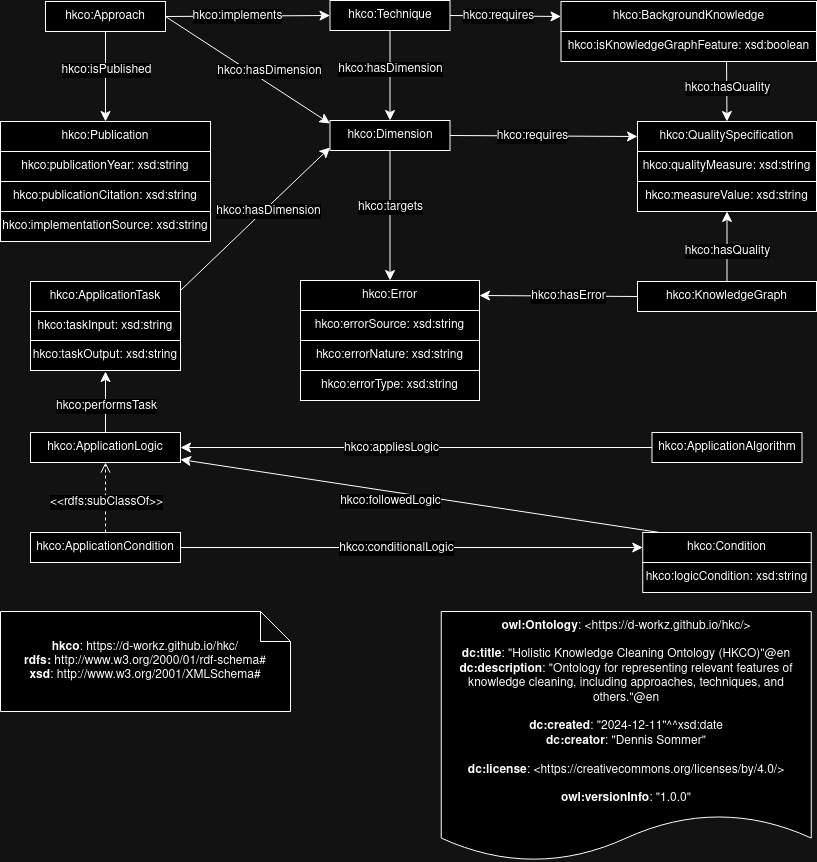
Earlier version of the draw.io export resources/HKCO_visualization.png (D-Workz/akco). Source tidied: cells renumbered, new cells last; positions are measured from the earlier drawing's top-left corner, leaving out a move shared by most shapes.
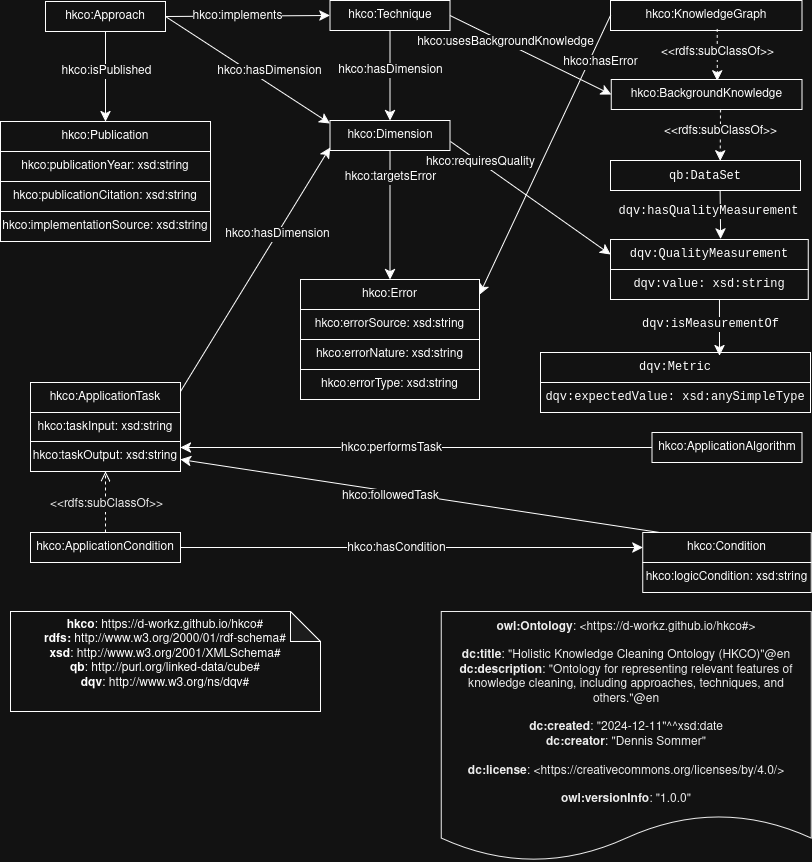
After the change.

Diff of the diagram source:
```diff
@@ -5,12 +5,12 @@
     <mxCell id="2" value="hkco:errorSource: xsd:string" style="rounded=0;whiteSpace=wrap;html=1;" parent="1" vertex="1">
-      <mxGeometry x="300" y="310" width="179" height="30" as="geometry" />
+      <mxGeometry x="300" y="309" width="179" height="30" as="geometry" />
     </mxCell>
     <mxCell id="3" value="hkco:Error" style="rounded=0;whiteSpace=wrap;html=1;snapToPoint=1;points=[[0.1,0],[0.2,0],[0.3,0],[0.4,0],[0.5,0],[0.6,0],[0.7,0],[0.8,0],[0.9,0],[0,0.1],[0,0.3],[0,0.5],[0,0.7],[0,0.9],[0.1,1],[0.2,1],[0.3,1],[0.4,1],[0.5,1],[0.6,1],[0.7,1],[0.8,1],[0.9,1],[1,0.1],[1,0.3],[1,0.5],[1,0.7],[1,0.9]];" parent="1" vertex="1">
-      <mxGeometry x="300" y="280" width="179" height="30" as="geometry" />
+      <mxGeometry x="300" y="279" width="179" height="30" as="geometry" />
     </mxCell>
     <mxCell id="4" value="hkco:errorNature: xsd:string" style="rounded=0;whiteSpace=wrap;html=1;" parent="1" vertex="1">
-      <mxGeometry x="300" y="340" width="179" height="30" as="geometry" />
+      <mxGeometry x="300" y="339" width="179" height="30" as="geometry" />
     </mxCell>
     <mxCell id="5" value="hkco:errorType: xsd:string" style="rounded=0;whiteSpace=wrap;html=1;" parent="1" vertex="1">
-      <mxGeometry x="300" y="370" width="179" height="30" as="geometry" />
+      <mxGeometry x="300" y="369" width="179" height="30" as="geometry" />
     </mxCell>
@@ -43,4 +43,6 @@
     </mxCell>
-    <mxCell id="15" value="&lt;div&gt;hkco:targets&lt;br&gt;&lt;/div&gt;" style="text;html=1;align=center;verticalAlign=middle;labelBackgroundColor=#ffffff;" parent="14" vertex="1">
-      <mxGeometry x="-0.13" relative="1" as="geometry" />
+    <mxCell id="15" value="&lt;div&gt;hkco:targetsError&lt;br&gt;&lt;/div&gt;" style="text;html=1;align=center;verticalAlign=middle;labelBackgroundColor=#ffffff;" parent="14" vertex="1">
+      <mxGeometry x="-0.13" relative="1" as="geometry">
+        <mxPoint y="-30" as="offset" />
+      </mxGeometry>
     </mxCell>
@@ -70,3 +72,3 @@
     <mxCell id="23" value="hkco:KnowledgeGraph" style="rounded=0;whiteSpace=wrap;html=1;snapToPoint=1;points=[[0.1,0],[0.2,0],[0.3,0],[0.4,0],[0.5,0],[0.6,0],[0.7,0],[0.8,0],[0.9,0],[0,0.1],[0,0.3],[0,0.5],[0,0.7],[0,0.9],[0.1,1],[0.2,1],[0.3,1],[0.4,1],[0.5,1],[0.6,1],[0.7,1],[0.8,1],[0.9,1],[1,0.1],[1,0.3],[1,0.5],[1,0.7],[1,0.9]];" parent="1" vertex="1">
-      <mxGeometry x="637" y="281" width="179" height="30" as="geometry" />
+      <mxGeometry x="610" width="191.5" height="30" as="geometry" />
     </mxCell>
@@ -76,17 +78,23 @@
     <mxCell id="25" value="&lt;div&gt;hkco:hasError&lt;br&gt;&lt;/div&gt;" style="text;html=1;align=center;verticalAlign=middle;labelBackgroundColor=#ffffff;" parent="24" vertex="1">
-      <mxGeometry x="-0.13" relative="1" as="geometry" />
+      <mxGeometry x="-0.13" relative="1" as="geometry">
+        <mxPoint x="47" y="-76" as="offset" />
+      </mxGeometry>
     </mxCell>
-    <mxCell id="26" value="hkco:QualitySpecification" style="rounded=0;whiteSpace=wrap;html=1;snapToPoint=1;points=[[0.1,0],[0.2,0],[0.3,0],[0.4,0],[0.5,0],[0.6,0],[0.7,0],[0.8,0],[0.9,0],[0,0.1],[0,0.3],[0,0.5],[0,0.7],[0,0.9],[0.1,1],[0.2,1],[0.3,1],[0.4,1],[0.5,1],[0.6,1],[0.7,1],[0.8,1],[0.9,1],[1,0.1],[1,0.3],[1,0.5],[1,0.7],[1,0.9]];" parent="1" vertex="1">
-      <mxGeometry x="637" y="121" width="179" height="30" as="geometry" />
+    <mxCell id="26" value="&lt;font face=&quot;Courier New&quot;&gt;dqv:QualityMeasurement&lt;/font&gt;" style="rounded=0;whiteSpace=wrap;html=1;snapToPoint=1;points=[[0.1,0],[0.2,0],[0.3,0],[0.4,0],[0.5,0],[0.6,0],[0.7,0],[0.8,0],[0.9,0],[0,0.1],[0,0.3],[0,0.5],[0,0.7],[0,0.9],[0.1,1],[0.2,1],[0.3,1],[0.4,1],[0.5,1],[0.6,1],[0.7,1],[0.8,1],[0.9,1],[1,0.1],[1,0.3],[1,0.5],[1,0.7],[1,0.9]];" parent="1" vertex="1">
+      <mxGeometry x="610" y="239" width="197.8" height="30" as="geometry" />
     </mxCell>
-    <mxCell id="27" style="endArrow=classic;html=1;endSize=8;arcSize=0;rounded=0;exitX=1;exitY=0.5;exitDx=0;exitDy=0;entryX=0;entryY=0.5;entryDx=0;entryDy=0;" parent="1" edge="1" source="13" target="26">
-      <mxGeometry relative="1" as="geometry" />
+    <mxCell id="27" style="endArrow=classic;html=1;endSize=8;arcSize=0;rounded=0;entryX=0;entryY=0.5;entryDx=0;entryDy=0;" parent="1" edge="1" target="26">
+      <mxGeometry relative="1" as="geometry">
+        <mxPoint x="450" y="141" as="sourcePoint" />
+      </mxGeometry>
     </mxCell>
-    <mxCell id="28" value="&lt;div&gt;hkco:requires&lt;br&gt;&lt;/div&gt;" style="text;html=1;align=center;verticalAlign=middle;labelBackgroundColor=#ffffff;" parent="27" vertex="1">
-      <mxGeometry x="-0.13" relative="1" as="geometry" />
+    <mxCell id="28" value="&lt;div&gt;hkco:requiresQuality&lt;/div&gt;" style="text;html=1;align=center;verticalAlign=middle;labelBackgroundColor=#ffffff;" parent="27" vertex="1">
+      <mxGeometry x="-0.13" relative="1" as="geometry">
+        <mxPoint x="-41" y="-29" as="offset" />
+      </mxGeometry>
     </mxCell>
-    <mxCell id="29" style="endArrow=classic;html=1;exitX=0.5;exitY=0;exitDx=0;exitDy=0;endSize=8;arcSize=0;rounded=0;entryX=0.5;entryY=1;entryDx=0;entryDy=0;" parent="1" edge="1" source="23" target="37">
+    <mxCell id="29" style="endArrow=classic;html=1;exitX=0.557;exitY=0.948;exitDx=0;exitDy=0;endSize=8;arcSize=0;rounded=0;entryX=0.556;entryY=0.043;entryDx=0;entryDy=0;entryPerimeter=0;exitPerimeter=0;dashed=1;" parent="1" edge="1" source="23" target="31">
       <mxGeometry relative="1" as="geometry" />
     </mxCell>
-    <mxCell id="30" value="&lt;div&gt;hkco:hasQuality&lt;br&gt;&lt;/div&gt;" style="text;html=1;align=center;verticalAlign=middle;labelBackgroundColor=#ffffff;" parent="29" vertex="1">
+    <mxCell id="30" value="&amp;lt;&amp;lt;rdfs:subClassOf&amp;gt;&amp;gt;" style="text;html=1;align=center;verticalAlign=middle;labelBackgroundColor=#ffffff;" parent="29" vertex="1">
       <mxGeometry x="-0.13" relative="1" as="geometry" />
@@ -94,9 +102,11 @@
     <mxCell id="31" value="hkco:BackgroundKnowledge" style="rounded=0;whiteSpace=wrap;html=1;snapToPoint=1;points=[[0.1,0],[0.2,0],[0.3,0],[0.4,0],[0.5,0],[0.6,0],[0.7,0],[0.8,0],[0.9,0],[0,0.1],[0,0.3],[0,0.5],[0,0.7],[0,0.9],[0.1,1],[0.2,1],[0.3,1],[0.4,1],[0.5,1],[0.6,1],[0.7,1],[0.8,1],[0.9,1],[1,0.1],[1,0.3],[1,0.5],[1,0.7],[1,0.9]];" parent="1" vertex="1">
-      <mxGeometry x="560.5" y="1" width="255.5" height="30" as="geometry" />
+      <mxGeometry x="610.8" y="79" width="190.8" height="30" as="geometry" />
     </mxCell>
-    <mxCell id="32" style="endArrow=classic;html=1;entryX=0.5;entryY=0;entryDx=0;entryDy=0;endSize=8;arcSize=0;rounded=0;exitX=0.648;exitY=0.967;exitDx=0;exitDy=0;exitPerimeter=0;" parent="1" edge="1" source="38" target="26">
+    <mxCell id="32" style="endArrow=classic;html=1;endSize=8;arcSize=0;rounded=0;entryX=0.557;entryY=-0.017;entryDx=0;entryDy=0;entryPerimeter=0;exitX=0.577;exitY=1.029;exitDx=0;exitDy=0;exitPerimeter=0;" parent="1" edge="1" source="61" target="26">
       <mxGeometry relative="1" as="geometry" />
     </mxCell>
-    <mxCell id="33" value="&lt;div&gt;hkco:hasQuality&lt;br&gt;&lt;/div&gt;" style="text;html=1;align=center;verticalAlign=middle;labelBackgroundColor=#ffffff;" parent="32" vertex="1">
-      <mxGeometry x="-0.13" relative="1" as="geometry" />
+    <mxCell id="33" value="&lt;font face=&quot;Courier New&quot;&gt;dqv:hasQualityMeasurement&lt;/font&gt;" style="text;html=1;align=center;verticalAlign=middle;labelBackgroundColor=#ffffff;" parent="32" vertex="1">
+      <mxGeometry x="-0.13" relative="1" as="geometry">
+        <mxPoint x="-12" y="-1" as="offset" />
+      </mxGeometry>
     </mxCell>
@@ -105,14 +115,10 @@
     </mxCell>
-    <mxCell id="35" value="&lt;div&gt;hkco:requires&lt;br&gt;&lt;/div&gt;" style="text;html=1;align=center;verticalAlign=middle;labelBackgroundColor=#ffffff;" parent="34" vertex="1">
-      <mxGeometry x="-0.13" relative="1" as="geometry" />
+    <mxCell id="35" value="&lt;div&gt;hkco:usesBackgroundKnowledge&lt;br&gt;&lt;/div&gt;" style="text;html=1;align=center;verticalAlign=middle;labelBackgroundColor=#ffffff;" parent="34" vertex="1">
+      <mxGeometry x="-0.13" relative="1" as="geometry">
+        <mxPoint x="-15" y="-8" as="offset" />
+      </mxGeometry>
     </mxCell>
-    <mxCell id="36" value="hkco:qualityMeasure: xsd:string" style="rounded=0;whiteSpace=wrap;html=1;" parent="1" vertex="1">
-      <mxGeometry x="637" y="151" width="179" height="30" as="geometry" />
-    </mxCell>
-    <mxCell id="37" value="hkco:measureValue: xsd:string" style="rounded=0;whiteSpace=wrap;html=1;snapToPoint=1;points=[[0.1,0],[0.2,0],[0.3,0],[0.4,0],[0.5,0],[0.6,0],[0.7,0],[0.8,0],[0.9,0],[0,0.1],[0,0.3],[0,0.5],[0,0.7],[0,0.9],[0.1,1],[0.2,1],[0.3,1],[0.4,1],[0.5,1],[0.6,1],[0.7,1],[0.8,1],[0.9,1],[1,0.1],[1,0.3],[1,0.5],[1,0.7],[1,0.9]];" parent="1" vertex="1">
-      <mxGeometry x="637" y="181" width="179" height="30" as="geometry" />
+    <mxCell id="37" value="&lt;font face=&quot;Courier New&quot;&gt;dqv:value: xsd:string&lt;/font&gt;" style="rounded=0;whiteSpace=wrap;html=1;snapToPoint=1;points=[[0.1,0],[0.2,0],[0.3,0],[0.4,0],[0.5,0],[0.6,0],[0.7,0],[0.8,0],[0.9,0],[0,0.1],[0,0.3],[0,0.5],[0,0.7],[0,0.9],[0.1,1],[0.2,1],[0.3,1],[0.4,1],[0.5,1],[0.6,1],[0.7,1],[0.8,1],[0.9,1],[1,0.1],[1,0.3],[1,0.5],[1,0.7],[1,0.9]];" parent="1" vertex="1">
+      <mxGeometry x="610" y="269" width="197.8" height="30" as="geometry" />
     </mxCell>
-    <mxCell id="38" value="hkco:isKnowledgeGraphFeature: xsd:boolean" style="rounded=0;whiteSpace=wrap;html=1;snapToPoint=1;points=[[0.1,0],[0.2,0],[0.3,0],[0.4,0],[0.5,0],[0.6,0],[0.7,0],[0.8,0],[0.9,0],[0,0.1],[0,0.3],[0,0.5],[0,0.7],[0,0.9],[0.1,1],[0.2,1],[0.3,1],[0.4,1],[0.5,1],[0.6,1],[0.7,1],[0.8,1],[0.9,1],[1,0.1],[1,0.3],[1,0.5],[1,0.7],[1,0.9]];" parent="1" vertex="1">
-      <mxGeometry x="560.5" y="31" width="255.5" height="30" as="geometry" />
-    </mxCell>
     <mxCell id="39" value="hkco:ApplicationAlgorithm" style="rounded=0;whiteSpace=wrap;html=1;snapToPoint=1;points=[[0.1,0],[0.2,0],[0.3,0],[0.4,0],[0.5,0],[0.6,0],[0.7,0],[0.8,0],[0.9,0],[0,0.1],[0,0.3],[0,0.5],[0,0.7],[0,0.9],[0.1,1],[0.2,1],[0.3,1],[0.4,1],[0.5,1],[0.6,1],[0.7,1],[0.8,1],[0.9,1],[1,0.1],[1,0.3],[1,0.5],[1,0.7],[1,0.9]];" parent="1" vertex="1">
@@ -120,5 +126,2 @@
     </mxCell>
-    <mxCell id="40" value="hkco:ApplicationLogic" style="rounded=0;whiteSpace=wrap;html=1;snapToPoint=1;points=[[0.1,0],[0.2,0],[0.3,0],[0.4,0],[0.5,0],[0.6,0],[0.7,0],[0.8,0],[0.9,0],[0,0.1],[0,0.3],[0,0.5],[0,0.7],[0,0.9],[0.1,1],[0.2,1],[0.3,1],[0.4,1],[0.5,1],[0.6,1],[0.7,1],[0.8,1],[0.9,1],[1,0.1],[1,0.3],[1,0.5],[1,0.7],[1,0.9]];" parent="1" vertex="1">
-      <mxGeometry x="30" y="432" width="150" height="30" as="geometry" />
-    </mxCell>
     <mxCell id="41" value="hkco:ApplicationCondition" style="rounded=0;whiteSpace=wrap;html=1;snapToPoint=1;points=[[0.1,0],[0.2,0],[0.3,0],[0.4,0],[0.5,0],[0.6,0],[0.7,0],[0.8,0],[0.9,0],[0,0.1],[0,0.3],[0,0.5],[0,0.7],[0,0.9],[0.1,1],[0.2,1],[0.3,1],[0.4,1],[0.5,1],[0.6,1],[0.7,1],[0.8,1],[0.9,1],[1,0.1],[1,0.3],[1,0.5],[1,0.7],[1,0.9]];" parent="1" vertex="1">
@@ -126,3 +129,3 @@
     </mxCell>
-    <mxCell id="42" style="endArrow=open;html=1;fontColor=#000099;endFill=0;dashed=1;entryX=0.5;entryY=1;entryDx=0;entryDy=0;endSize=8;arcSize=0;rounded=0;exitX=0.5;exitY=0;exitDx=0;exitDy=0;" parent="1" edge="1" source="41" target="40">
+    <mxCell id="42" style="endArrow=open;html=1;fontColor=#000099;endFill=0;dashed=1;entryX=0.5;entryY=1;entryDx=0;entryDy=0;endSize=8;arcSize=0;rounded=0;exitX=0.5;exitY=0;exitDx=0;exitDy=0;" parent="1" edge="1" source="41" target="60">
       <mxGeometry relative="1" as="geometry" />
@@ -135,3 +138,3 @@
     <mxCell id="44" value="hkco:ApplicationTask" style="rounded=0;whiteSpace=wrap;html=1;snapToPoint=1;points=[[0.1,0],[0.2,0],[0.3,0],[0.4,0],[0.5,0],[0.6,0],[0.7,0],[0.8,0],[0.9,0],[0,0.1],[0,0.3],[0,0.5],[0,0.7],[0,0.9],[0.1,1],[0.2,1],[0.3,1],[0.4,1],[0.5,1],[0.6,1],[0.7,1],[0.8,1],[0.9,1],[1,0.1],[1,0.3],[1,0.5],[1,0.7],[1,0.9]];" parent="1" vertex="1">
-      <mxGeometry x="30" y="281" width="150" height="30" as="geometry" />
+      <mxGeometry x="30" y="382" width="150" height="30" as="geometry" />
     </mxCell>
@@ -142,3 +145,3 @@
       <mxGeometry x="-0.13" relative="1" as="geometry">
-        <mxPoint x="22" y="-17" as="offset" />
+        <mxPoint x="31" y="-51" as="offset" />
       </mxGeometry>
@@ -148,14 +151,8 @@
     </mxCell>
-    <mxCell id="48" style="endArrow=classic;html=1;endSize=8;arcSize=0;rounded=0;exitX=0.5;exitY=0;exitDx=0;exitDy=0;" parent="1" edge="1" source="40">
-      <mxGeometry relative="1" as="geometry">
-        <mxPoint x="105" y="371" as="targetPoint" />
-      </mxGeometry>
-    </mxCell>
-    <mxCell id="49" value="&lt;div&gt;hkco:performsTask&lt;br&gt;&lt;/div&gt;" style="text;html=1;align=center;verticalAlign=middle;labelBackgroundColor=#ffffff;" parent="48" vertex="1">
-      <mxGeometry x="-0.13" relative="1" as="geometry" />
-    </mxCell>
-    <mxCell id="50" style="endArrow=classic;html=1;endSize=8;arcSize=0;rounded=0;exitX=0;exitY=0.5;exitDx=0;exitDy=0;entryX=1;entryY=0.5;entryDx=0;entryDy=0;" parent="1" edge="1" source="39" target="40">
-      <mxGeometry relative="1" as="geometry" />
+    <mxCell id="50" style="endArrow=classic;html=1;endSize=8;arcSize=0;rounded=0;exitX=0;exitY=0.5;exitDx=0;exitDy=0;entryX=1;entryY=0.5;entryDx=0;entryDy=0;" parent="1" edge="1" source="39">
+      <mxGeometry relative="1" as="geometry">
+        <mxPoint x="180" y="447" as="targetPoint" />
+      </mxGeometry>
     </mxCell>
-    <mxCell id="51" value="&lt;div&gt;hkco:appliesLogic&lt;br&gt;&lt;/div&gt;" style="text;html=1;align=center;verticalAlign=middle;labelBackgroundColor=#ffffff;" parent="50" vertex="1">
+    <mxCell id="51" value="&lt;div&gt;hkco:performsTask&lt;/div&gt;" style="text;html=1;align=center;verticalAlign=middle;labelBackgroundColor=#ffffff;" parent="50" vertex="1">
       <mxGeometry x="-0.13" relative="1" as="geometry">
@@ -164,8 +161,10 @@
     </mxCell>
-    <mxCell id="52" style="endArrow=classic;html=1;endSize=8;arcSize=0;rounded=0;exitX=0.1;exitY=0;exitDx=0;exitDy=0;entryX=1;entryY=0.9;entryDx=0;entryDy=0;" parent="1" edge="1" source="47" target="40">
-      <mxGeometry relative="1" as="geometry" />
+    <mxCell id="52" style="endArrow=classic;html=1;endSize=8;arcSize=0;rounded=0;exitX=0.1;exitY=0;exitDx=0;exitDy=0;entryX=1;entryY=0.9;entryDx=0;entryDy=0;" parent="1" edge="1" source="47">
+      <mxGeometry relative="1" as="geometry">
+        <mxPoint x="180" y="459" as="targetPoint" />
+      </mxGeometry>
     </mxCell>
-    <mxCell id="53" value="&lt;div&gt;hkco:followedLogic&lt;br&gt;&lt;/div&gt;" style="text;html=1;align=center;verticalAlign=middle;labelBackgroundColor=#ffffff;" parent="52" vertex="1">
+    <mxCell id="53" value="&lt;div&gt;hkco:followedTask&lt;br&gt;&lt;/div&gt;" style="text;html=1;align=center;verticalAlign=middle;labelBackgroundColor=#ffffff;" parent="52" vertex="1">
       <mxGeometry x="-0.13" relative="1" as="geometry">
-        <mxPoint x="-60" as="offset" />
+        <mxPoint x="-60" y="-5" as="offset" />
       </mxGeometry>
@@ -175,3 +174,3 @@
     </mxCell>
-    <mxCell id="55" value="&lt;div&gt;hkco:conditionalLogic&lt;br&gt;&lt;/div&gt;" style="text;html=1;align=center;verticalAlign=middle;labelBackgroundColor=#ffffff;" parent="54" vertex="1">
+    <mxCell id="55" value="&lt;div&gt;hkco:hasCondition&lt;br&gt;&lt;/div&gt;" style="text;html=1;align=center;verticalAlign=middle;labelBackgroundColor=#ffffff;" parent="54" vertex="1">
       <mxGeometry x="-0.13" relative="1" as="geometry">
@@ -183,6 +182,6 @@
     </mxCell>
-    <mxCell id="57" value="&lt;div&gt;&lt;b&gt;hkco&lt;/b&gt;: https://d-workz.github.io/hkc/&lt;br&gt;&lt;/div&gt;&lt;div&gt;&lt;b&gt;rdfs:&lt;/b&gt; http://www.w3.org/2000/01/rdf-schema#&lt;/div&gt;&lt;div&gt;&lt;b&gt;xsd&lt;/b&gt;: http://www.w3.org/2001/XMLSchema#&lt;br&gt;&lt;/div&gt;" style="shape=note;whiteSpace=wrap;html=1;backgroundOutline=1;darkOpacity=0.05;" parent="1" vertex="1">
-      <mxGeometry y="611" width="290" height="100" as="geometry" />
+    <mxCell id="57" value="&lt;div&gt;&lt;b&gt;hkco&lt;/b&gt;: https://d-workz.github.io/hkco#&lt;br&gt;&lt;/div&gt;&lt;div&gt;&lt;b&gt;rdfs:&lt;/b&gt; http://www.w3.org/2000/01/rdf-schema#&lt;/div&gt;&lt;div&gt;&lt;b&gt;xsd&lt;/b&gt;: http://www.w3.org/2001/XMLSchema#&lt;/div&gt;&lt;div&gt;&lt;b&gt;qb&lt;/b&gt;: &lt;font face=&quot;Helvetica&quot;&gt;http://purl.org/linked-data/cube#&lt;/font&gt;&lt;/div&gt;&lt;div&gt;&lt;font face=&quot;Helvetica&quot;&gt;&lt;b&gt;dqv&lt;/b&gt;: &lt;/font&gt;&lt;font face=&quot;Helvetica&quot;&gt;http://www.w3.org/ns/dqv#&lt;/font&gt;&lt;/div&gt;&lt;div&gt;&lt;font face=&quot;Helvetica&quot;&gt;&lt;br&gt;&lt;/font&gt;&lt;/div&gt;" style="shape=note;whiteSpace=wrap;html=1;backgroundOutline=1;darkOpacity=0.05;" parent="1" vertex="1">
+      <mxGeometry x="10" y="611" width="310" height="100" as="geometry" />
     </mxCell>
-    <mxCell id="58" value="&lt;div&gt;&lt;b style=&quot;border-color: var(--border-color);&quot;&gt;owl:Ontology&lt;/b&gt;: &amp;lt;https://d-workz.github.io/hkc/&amp;gt;&lt;b&gt;&lt;br&gt;&lt;/b&gt;&lt;/div&gt;&lt;div&gt;&lt;b&gt;&lt;br&gt;&lt;/b&gt;&lt;/div&gt;&lt;div&gt;&lt;b&gt;dc:title&lt;/b&gt;: &quot;Holistic Knowledge Cleaning Ontology (HKCO)&quot;@en &lt;br&gt;&lt;b&gt;dc:description&lt;/b&gt;: &quot;Ontology for representing relevant features of knowledge cleaning, including approaches, techniques, and others.&quot;@en &lt;br&gt;&lt;br&gt;&lt;b&gt;dc:created&lt;/b&gt;: &quot;2024-12-11&quot;^^xsd:date &lt;br&gt;&lt;b&gt;dc:creator&lt;/b&gt;: &quot;Dennis Sommer&quot;&lt;br&gt;&lt;br&gt;&lt;b&gt;dc:license&lt;/b&gt;: &amp;lt;https://creativecommons.org/licenses/by/4.0/&amp;gt;&lt;br&gt;&lt;/div&gt;&lt;div&gt;&lt;br&gt;&lt;b&gt;owl:versionInfo&lt;/b&gt;: &quot;1.0.0&quot;&lt;br&gt;&lt;/div&gt;" style="shape=document;whiteSpace=wrap;html=1;boundedLbl=1;labelBackgroundColor=#ffffff;strokeColor=#000000;fontSize=12;fontColor=#000000;size=0.1875;" parent="1" vertex="1">
+    <mxCell id="58" value="&lt;div&gt;&lt;b style=&quot;border-color: var(--border-color);&quot;&gt;owl:Ontology&lt;/b&gt;: &amp;lt;https://d-workz.github.io/hkco#&amp;gt;&lt;b&gt;&lt;br&gt;&lt;/b&gt;&lt;/div&gt;&lt;div&gt;&lt;b&gt;&lt;br&gt;&lt;/b&gt;&lt;/div&gt;&lt;div&gt;&lt;b&gt;dc:title&lt;/b&gt;: &quot;Holistic Knowledge Cleaning Ontology (HKCO)&quot;@en &lt;br&gt;&lt;b&gt;dc:description&lt;/b&gt;: &quot;Ontology for representing relevant features of knowledge cleaning, including approaches, techniques, and others.&quot;@en &lt;br&gt;&lt;br&gt;&lt;b&gt;dc:created&lt;/b&gt;: &quot;2024-12-11&quot;^^xsd:date &lt;br&gt;&lt;b&gt;dc:creator&lt;/b&gt;: &quot;Dennis Sommer&quot;&lt;br&gt;&lt;br&gt;&lt;b&gt;dc:license&lt;/b&gt;: &amp;lt;https://creativecommons.org/licenses/by/4.0/&amp;gt;&lt;br&gt;&lt;/div&gt;&lt;div&gt;&lt;br&gt;&lt;b&gt;owl:versionInfo&lt;/b&gt;: &quot;1.0.0&quot;&lt;br&gt;&lt;/div&gt;" style="shape=document;whiteSpace=wrap;html=1;boundedLbl=1;labelBackgroundColor=#ffffff;strokeColor=#000000;fontSize=12;fontColor=#000000;size=0.1875;" parent="1" vertex="1">
       <mxGeometry x="440.8" y="611" width="370" height="250" as="geometry" />
@@ -190,7 +189,30 @@
     <mxCell id="59" value="hkco:taskInput: xsd:string" style="rounded=0;whiteSpace=wrap;html=1;" parent="1" vertex="1">
-      <mxGeometry x="30" y="311" width="150" height="30" as="geometry" />
+      <mxGeometry x="30" y="412" width="150" height="30" as="geometry" />
     </mxCell>
     <mxCell id="60" value="hkco:taskOutput: xsd:string" style="rounded=0;whiteSpace=wrap;html=1;snapToPoint=1;points=[[0.1,0],[0.2,0],[0.3,0],[0.4,0],[0.5,0],[0.6,0],[0.7,0],[0.8,0],[0.9,0],[0,0.1],[0,0.3],[0,0.5],[0,0.7],[0,0.9],[0.1,1],[0.2,1],[0.3,1],[0.4,1],[0.5,1],[0.6,1],[0.7,1],[0.8,1],[0.9,1],[1,0.1],[1,0.3],[1,0.5],[1,0.7],[1,0.9]];" parent="1" vertex="1">
-      <mxGeometry x="30" y="340" width="150" height="30" as="geometry" />
+      <mxGeometry x="30" y="441" width="150" height="30" as="geometry" />
     </mxCell>
+    <mxCell id="61" value="&lt;pre&gt;&lt;font face=&quot;Courier New&quot;&gt;qb:DataSet&lt;/font&gt;&lt;/pre&gt;" style="rounded=0;whiteSpace=wrap;html=1;" parent="1" vertex="1">
+      <mxGeometry x="610" y="160" width="190" height="30" as="geometry" />
+    </mxCell>
+    <mxCell id="62" style="endArrow=classic;html=1;endSize=8;arcSize=0;rounded=0;entryX=0.577;entryY=0.013;entryDx=0;entryDy=0;entryPerimeter=0;exitX=0.573;exitY=0.999;exitDx=0;exitDy=0;exitPerimeter=0;dashed=1;" parent="1" edge="1" source="31" target="61">
+      <mxGeometry relative="1" as="geometry" />
+    </mxCell>
+    <mxCell id="63" value="&lt;div&gt;&amp;lt;&amp;lt;rdfs:subClassOf&amp;gt;&amp;gt;&lt;/div&gt;" style="text;html=1;align=center;verticalAlign=middle;labelBackgroundColor=#ffffff;" parent="62" vertex="1">
+      <mxGeometry x="-0.13" relative="1" as="geometry" />
+    </mxCell>
+    <mxCell id="64" value="&lt;font face=&quot;Courier New&quot;&gt;dqv:Metric&lt;/font&gt;" style="rounded=0;whiteSpace=wrap;html=1;" parent="1" vertex="1">
+      <mxGeometry x="540" y="352" width="270" height="30" as="geometry" />
+    </mxCell>
+    <mxCell id="65" style="endArrow=classic;html=1;endSize=8;arcSize=0;rounded=0;entryX=0.663;entryY=0.1;entryDx=0;entryDy=0;entryPerimeter=0;exitX=0.551;exitY=1.019;exitDx=0;exitDy=0;exitPerimeter=0;" parent="1" edge="1" source="37" target="64">
+      <mxGeometry relative="1" as="geometry" />
+    </mxCell>
+    <mxCell id="66" value="&lt;font face=&quot;Courier New&quot;&gt;dqv:isMeasurementOf&lt;/font&gt;" style="text;html=1;align=center;verticalAlign=middle;labelBackgroundColor=#ffffff;" parent="65" vertex="1">
+      <mxGeometry x="-0.13" relative="1" as="geometry">
+        <mxPoint x="-9" as="offset" />
+      </mxGeometry>
+    </mxCell>
+    <mxCell id="67" value="&lt;font face=&quot;Courier New&quot;&gt;dqv:expectedValue: xsd:anySimpleType&lt;br&gt;&lt;/font&gt;" style="rounded=0;whiteSpace=wrap;html=1;" parent="1" vertex="1">
+      <mxGeometry x="540" y="382" width="270" height="30" as="geometry" />
+    </mxCell>
   </root>
```
